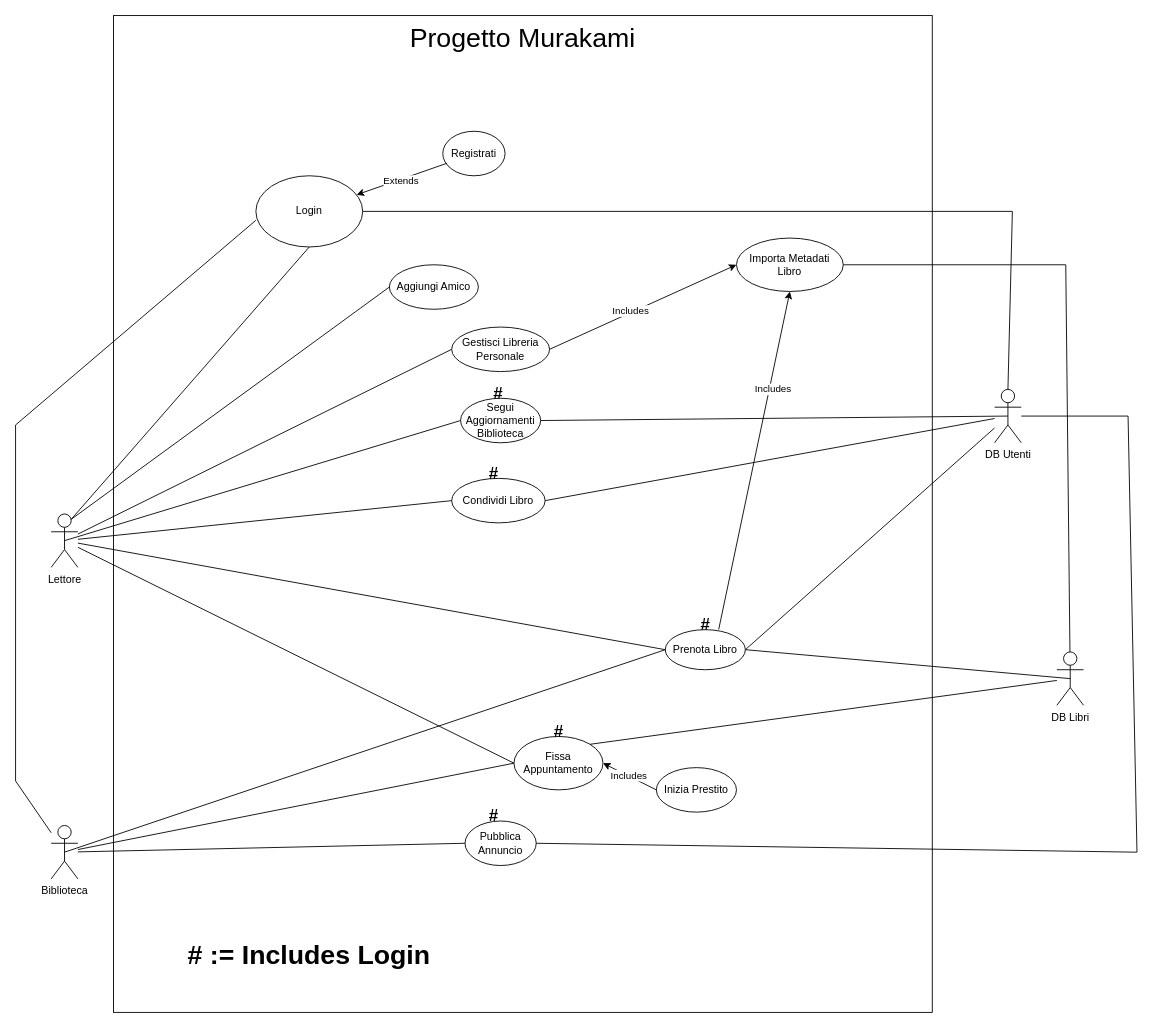
The draw.io diagram page "UC Diagram Attuale" (1 of 2) of Casi d'uso/Diagrammi/Diagramma casi d'uso.drawio in Tom-n7/progettoMurakami, before the edit. Source tidied: cells renumbered, new cells numbered last; positions are measured from the earlier drawing's top-left corner, leaving out a move shared by most shapes. Both pictures are drawn from the tidied source at 89%, with x=0, y=0 at pixel (15, 15).
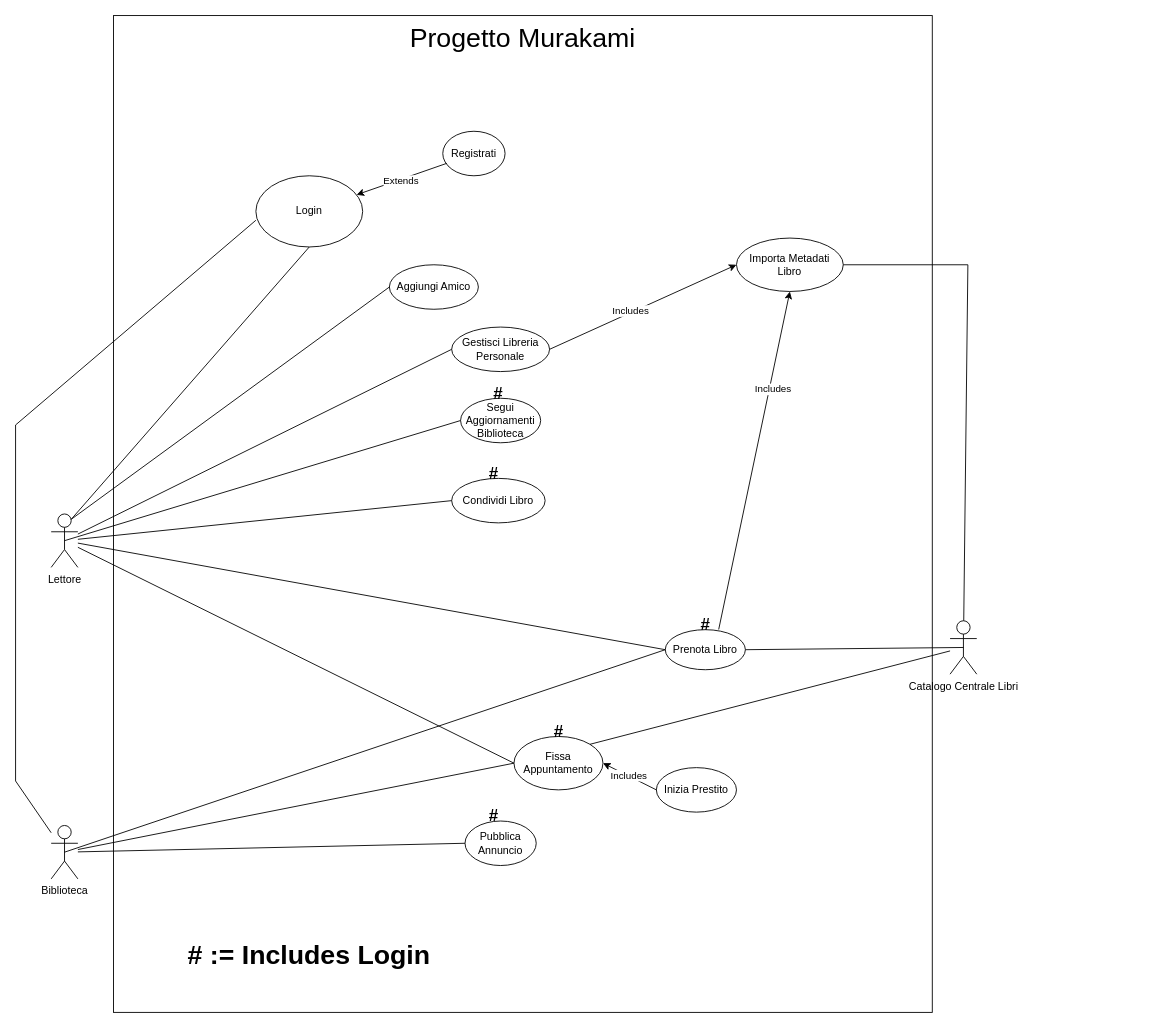
Above is the later version.

Commit message (it also covers changes not shown here):
Corretti gli attori secondari (eliminati db utenti e libri, aggiunto catalogo centrale libri)

Unchanged cells that the change refers to:
```xml
<mxCell id="9" value="Segui Aggiornamenti Biblioteca" style="ellipse;whiteSpace=wrap;html=1;" parent="1" vertex="1">
  <mxGeometry x="500" y="430" width="90" height="50" as="geometry" />
</mxCell>
<mxCell id="12" value="Condividi Libro" style="ellipse;whiteSpace=wrap;html=1;" parent="1" vertex="1">
  <mxGeometry x="490" y="520" width="105" height="50" as="geometry" />
</mxCell>
<mxCell id="16" value="Importa Metadati Libro" style="ellipse;whiteSpace=wrap;html=1;" parent="1" vertex="1">
  <mxGeometry x="810" y="250" width="120" height="60" as="geometry" />
</mxCell>
<mxCell id="18" value="Prenota Libro" style="ellipse;whiteSpace=wrap;html=1;" parent="1" vertex="1">
  <mxGeometry x="730" y="690" width="90" height="45" as="geometry" />
</mxCell>
<mxCell id="26" value="Pubblica Annuncio" style="ellipse;whiteSpace=wrap;html=1;" parent="1" vertex="1">
  <mxGeometry x="505" y="905" width="80" height="50" as="geometry" />
</mxCell>
<mxCell id="29" value="Login" style="ellipse;whiteSpace=wrap;html=1;" parent="1" vertex="1">
  <mxGeometry x="270" y="180" width="120" height="80" as="geometry" />
</mxCell>
```

Diff of the diagram source:
```diff
@@
-    <mxCell id="4" value="DB Libri" style="shape=umlActor;verticalLabelPosition=bottom;verticalAlign=top;html=1;outlineConnect=0;" parent="1" vertex="1">
-      <mxGeometry x="1170" y="715" width="30" height="60" as="geometry" />
+    <mxCell id="4" value="Catalogo Centrale Libri" style="shape=umlActor;verticalLabelPosition=bottom;verticalAlign=top;html=1;outlineConnect=0;" parent="1" vertex="1">
+      <mxGeometry x="1050" y="680" width="30" height="60" as="geometry" />
     </mxCell>
@@
-    <mxCell id="6" value="DB Utenti" style="shape=umlActor;verticalLabelPosition=bottom;verticalAlign=top;html=1;outlineConnect=0;" parent="1" vertex="1">
-      <mxGeometry x="1100" y="420" width="30" height="60" as="geometry" />
-    </mxCell>
@@
-    <mxCell id="11" style="endArrow=none;html=1;rounded=0;exitX=1;exitY=0.5;exitDx=0;exitDy=0;entryX=0.5;entryY=0.5;entryDx=0;entryDy=0;entryPerimeter=0;" parent="1" edge="1" source="9" target="6">
-      <mxGeometry relative="1" as="geometry" />
-    </mxCell>
@@
-    <mxCell id="14" style="endArrow=none;html=1;rounded=0;exitX=1;exitY=0.5;exitDx=0;exitDy=0;" parent="1" edge="1" source="12" target="6">
-      <mxGeometry relative="1" as="geometry" />
-    </mxCell>
@@
     <mxCell id="17" style="endArrow=none;html=1;rounded=0;exitX=1;exitY=0.5;exitDx=0;exitDy=0;" parent="1" edge="1" source="16" target="4">
       <mxGeometry relative="1" as="geometry">
         <Array as="points">
-          <mxPoint x="1180" y="280" />
+          <mxPoint x="1070" y="280" />
         </Array>
       </mxGeometry>
     </mxCell>
@@
-    <mxCell id="21" style="endArrow=none;html=1;rounded=0;exitX=1;exitY=0.5;exitDx=0;exitDy=0;" parent="1" edge="1" source="18" target="6">
-      <mxGeometry relative="1" as="geometry" />
-    </mxCell>
@@
-    <mxCell id="28" style="endArrow=none;html=1;rounded=0;exitX=1;exitY=0.5;exitDx=0;exitDy=0;" parent="1" edge="1" source="26" target="6">
-      <mxGeometry relative="1" as="geometry">
-        <Array as="points">
-          <mxPoint x="1260" y="940" />
-          <mxPoint x="1250" y="450" />
-        </Array>
-      </mxGeometry>
-    </mxCell>
@@
-    <mxCell id="35" style="endArrow=none;html=1;rounded=0;exitX=1;exitY=0.5;exitDx=0;exitDy=0;entryX=0.5;entryY=0;entryDx=0;entryDy=0;entryPerimeter=0;" parent="1" edge="1" source="29" target="6">
-      <mxGeometry relative="1" as="geometry">
-        <Array as="points">
-          <mxPoint x="1120" y="220" />
-        </Array>
-      </mxGeometry>
-    </mxCell>
```
